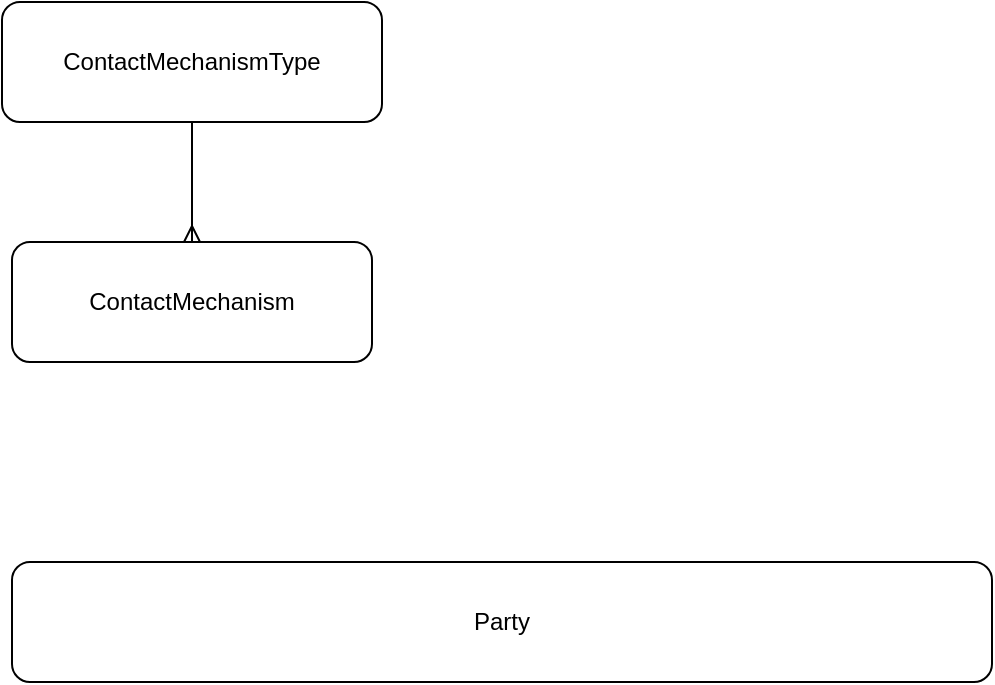
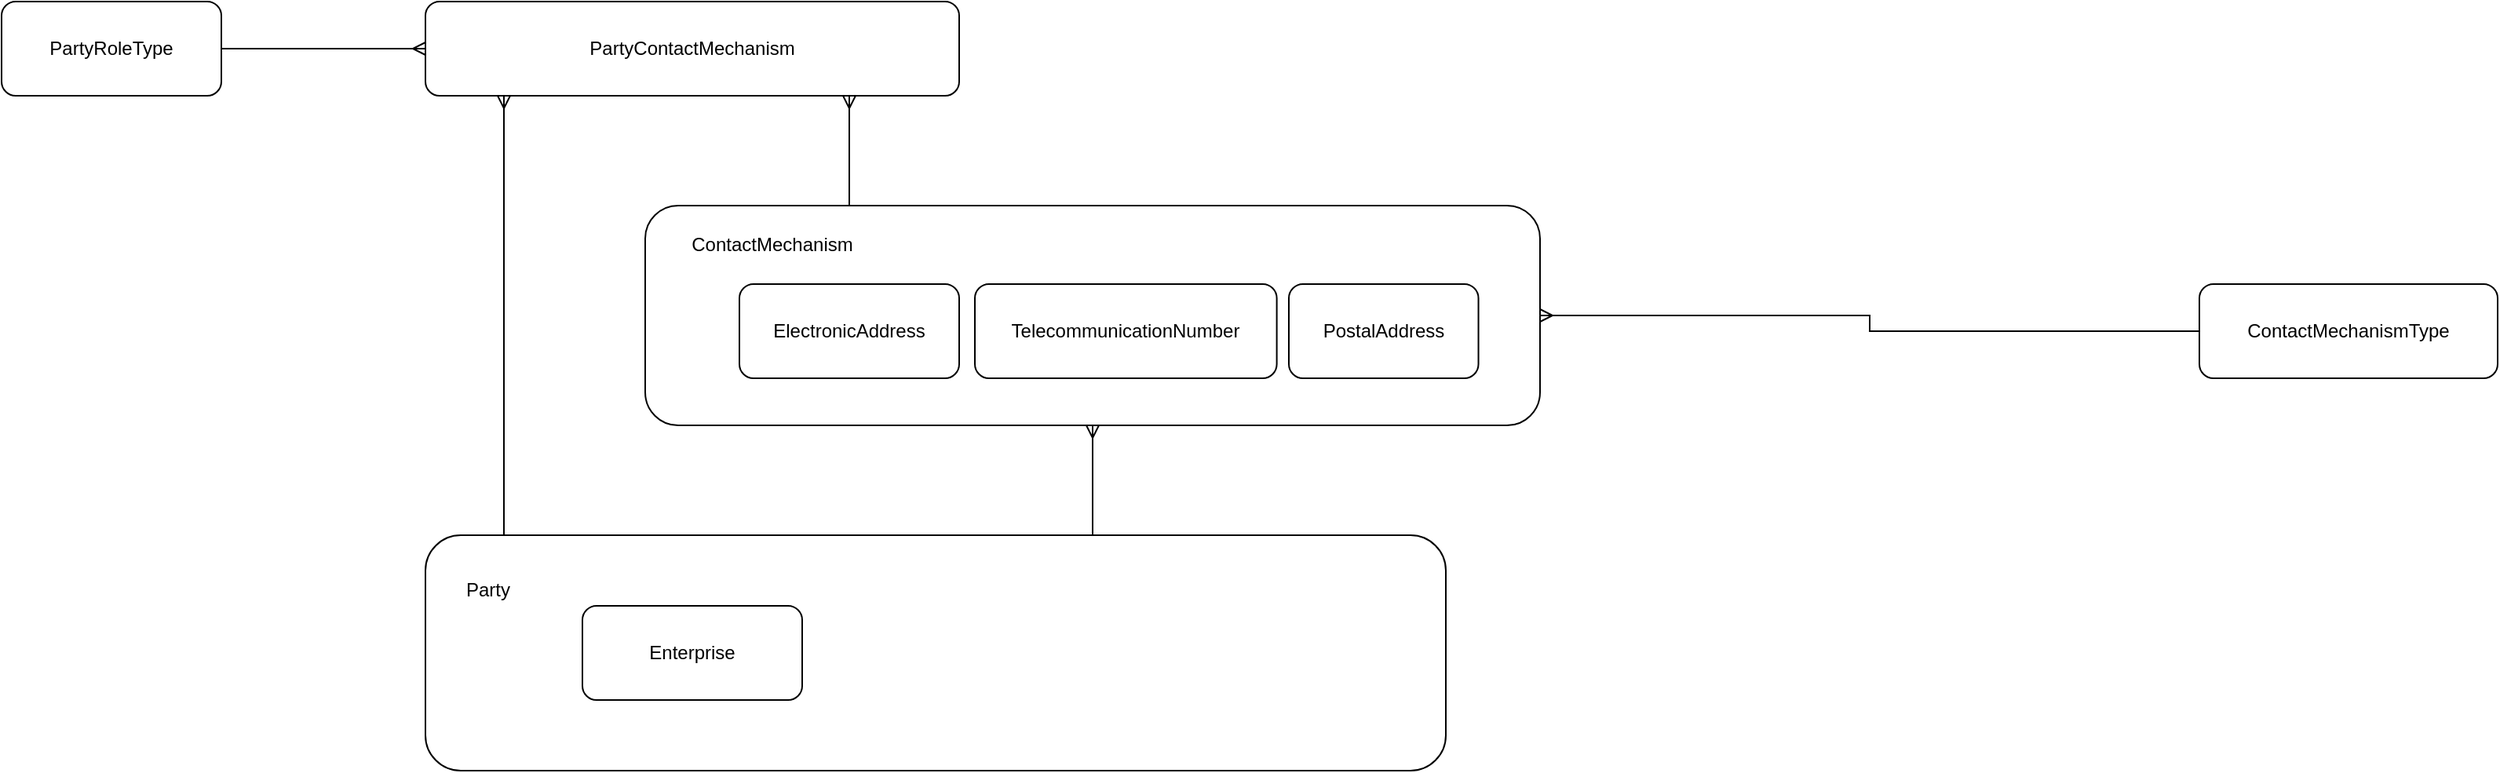
<mxfile host="app.diagrams.net" agent="Mozilla/5.0 (Windows NT 10.0; Win64; x64) AppleWebKit/537.36 (KHTML, like Gecko) Chrome/141.0.0.0 Safari/537.36" version="28.2.9">
  <diagram name="Page-1" id="d0nJ6Fx9cUZLMqGtfM0H">
-     <mxGraphModel dx="1042" dy="1722" grid="1" gridSize="10" guides="1" tooltips="1" connect="1" arrows="1" fold="1" page="1" pageScale="1" pageWidth="850" pageHeight="1100" math="0" shadow="0">
+     <mxGraphModel dx="2339" dy="889" grid="1" gridSize="10" guides="1" tooltips="1" connect="1" arrows="1" fold="1" page="1" pageScale="1" pageWidth="850" pageHeight="1100" math="0" shadow="0">
      <root>
        <mxCell id="0" />
        <mxCell id="1" parent="0" />
-         <mxCell id="tdPrWEJd15tEannaNgth-1" value="Party" style="rounded=1;whiteSpace=wrap;html=1;" vertex="1" parent="1">
-           <mxGeometry x="170" y="270" width="490" height="60" as="geometry" />
+         <mxCell id="tdPrWEJd15tEannaNgth-1" value="" style="rounded=1;whiteSpace=wrap;html=1;" vertex="1" parent="1">
+           <mxGeometry x="-120" y="410" width="650" height="150" as="geometry" />
        </mxCell>
        <mxCell id="tdPrWEJd15tEannaNgth-4" style="edgeStyle=orthogonalEdgeStyle;rounded=0;orthogonalLoop=1;jettySize=auto;html=1;startArrow=ERmany;startFill=0;endArrow=none;endFill=0;" edge="1" parent="1" source="tdPrWEJd15tEannaNgth-2" target="tdPrWEJd15tEannaNgth-3">
          <mxGeometry relative="1" as="geometry" />
        </mxCell>
-         <mxCell id="tdPrWEJd15tEannaNgth-2" value="ContactMechanism" style="rounded=1;whiteSpace=wrap;html=1;" vertex="1" parent="1">
-           <mxGeometry x="170" y="110" width="180" height="60" as="geometry" />
+         <mxCell id="tdPrWEJd15tEannaNgth-3" value="ContactMechanismType" style="rounded=1;whiteSpace=wrap;html=1;" vertex="1" parent="1">
+           <mxGeometry x="1010" y="250" width="190" height="60" as="geometry" />
        </mxCell>
-         <mxCell id="tdPrWEJd15tEannaNgth-3" value="ContactMechanismType" style="rounded=1;whiteSpace=wrap;html=1;" vertex="1" parent="1">
-           <mxGeometry x="165" y="-10" width="190" height="60" as="geometry" />
+         <mxCell id="tdPrWEJd15tEannaNgth-9" value="Party" style="text;html=1;whiteSpace=wrap;strokeColor=none;fillColor=none;align=center;verticalAlign=middle;rounded=0;" vertex="1" parent="1">
+           <mxGeometry x="-110" y="430" width="60" height="30" as="geometry" />
+         </mxCell>
+         <mxCell id="tdPrWEJd15tEannaNgth-13" value="PartyRoleType" style="rounded=1;whiteSpace=wrap;html=1;" vertex="1" parent="1">
+           <mxGeometry x="-390" y="70" width="140" height="60" as="geometry" />
+         </mxCell>
+         <mxCell id="tdPrWEJd15tEannaNgth-14" style="edgeStyle=orthogonalEdgeStyle;rounded=0;orthogonalLoop=1;jettySize=auto;html=1;startArrow=ERmany;startFill=0;endArrow=none;endFill=0;" edge="1" parent="1" source="tdPrWEJd15tEannaNgth-15" target="tdPrWEJd15tEannaNgth-13">
+           <mxGeometry relative="1" as="geometry">
+             <mxPoint x="730" y="420" as="sourcePoint" />
+             <mxPoint x="730" y="340" as="targetPoint" />
+           </mxGeometry>
+         </mxCell>
+         <mxCell id="tdPrWEJd15tEannaNgth-15" value="PartyContactMechanism" style="rounded=1;whiteSpace=wrap;html=1;" vertex="1" parent="1">
+           <mxGeometry x="-120" y="70" width="340" height="60" as="geometry" />
+         </mxCell>
+         <mxCell id="tdPrWEJd15tEannaNgth-17" value="Enterprise" style="rounded=1;whiteSpace=wrap;html=1;" vertex="1" parent="1">
+           <mxGeometry x="-20" y="455" width="140" height="60" as="geometry" />
+         </mxCell>
+         <mxCell id="tdPrWEJd15tEannaNgth-18" style="edgeStyle=orthogonalEdgeStyle;rounded=0;orthogonalLoop=1;jettySize=auto;html=1;startArrow=ERmany;startFill=0;endArrow=none;endFill=0;" edge="1" parent="1" source="tdPrWEJd15tEannaNgth-15" target="tdPrWEJd15tEannaNgth-1">
+           <mxGeometry relative="1" as="geometry">
+             <mxPoint x="140" y="250" as="sourcePoint" />
+             <mxPoint x="-10" y="250" as="targetPoint" />
+             <Array as="points">
+               <mxPoint x="-70" y="300" />
+               <mxPoint x="-70" y="300" />
+             </Array>
+           </mxGeometry>
+         </mxCell>
+         <mxCell id="tdPrWEJd15tEannaNgth-19" value="" style="group" vertex="1" connectable="0" parent="1">
+           <mxGeometry x="20" y="200" width="570" height="140" as="geometry" />
+         </mxCell>
+         <mxCell id="tdPrWEJd15tEannaNgth-2" value="" style="rounded=1;whiteSpace=wrap;html=1;" vertex="1" parent="tdPrWEJd15tEannaNgth-19">
+           <mxGeometry width="570" height="140" as="geometry" />
+         </mxCell>
+         <mxCell id="tdPrWEJd15tEannaNgth-5" value="ElectronicAddress" style="rounded=1;whiteSpace=wrap;html=1;" vertex="1" parent="tdPrWEJd15tEannaNgth-19">
+           <mxGeometry x="60" y="50" width="140" height="60" as="geometry" />
+         </mxCell>
+         <mxCell id="tdPrWEJd15tEannaNgth-6" value="TelecommunicationNumber" style="rounded=1;whiteSpace=wrap;html=1;" vertex="1" parent="tdPrWEJd15tEannaNgth-19">
+           <mxGeometry x="210" y="50" width="192.31" height="60" as="geometry" />
+         </mxCell>
+         <mxCell id="tdPrWEJd15tEannaNgth-7" value="ContactMechanism" style="text;html=1;whiteSpace=wrap;strokeColor=none;fillColor=none;align=center;verticalAlign=middle;rounded=0;" vertex="1" parent="tdPrWEJd15tEannaNgth-19">
+           <mxGeometry x="30.00230769230768" y="10" width="101.53846153846153" height="30" as="geometry" />
+         </mxCell>
+         <mxCell id="tdPrWEJd15tEannaNgth-8" value="PostalAddress" style="rounded=1;whiteSpace=wrap;html=1;" vertex="1" parent="tdPrWEJd15tEannaNgth-19">
+           <mxGeometry x="410" y="50" width="120.77" height="60" as="geometry" />
+         </mxCell>
+         <mxCell id="tdPrWEJd15tEannaNgth-20" style="edgeStyle=orthogonalEdgeStyle;rounded=0;orthogonalLoop=1;jettySize=auto;html=1;startArrow=ERmany;startFill=0;endArrow=none;endFill=0;" edge="1" parent="1" source="tdPrWEJd15tEannaNgth-15" target="tdPrWEJd15tEannaNgth-2">
+           <mxGeometry relative="1" as="geometry">
+             <mxPoint x="370" y="120" as="sourcePoint" />
+             <mxPoint x="370" y="430" as="targetPoint" />
+             <Array as="points">
+               <mxPoint x="150" y="160" />
+               <mxPoint x="150" y="160" />
+             </Array>
+           </mxGeometry>
+         </mxCell>
+         <mxCell id="tdPrWEJd15tEannaNgth-21" style="edgeStyle=orthogonalEdgeStyle;rounded=0;orthogonalLoop=1;jettySize=auto;html=1;startArrow=ERmany;startFill=0;endArrow=none;endFill=0;" edge="1" parent="1" source="tdPrWEJd15tEannaNgth-2" target="tdPrWEJd15tEannaNgth-1">
+           <mxGeometry relative="1" as="geometry">
+             <mxPoint x="240" y="400" as="sourcePoint" />
+             <mxPoint x="240" y="470" as="targetPoint" />
+             <Array as="points">
+               <mxPoint x="305" y="420" />
+               <mxPoint x="305" y="420" />
+             </Array>
+           </mxGeometry>
        </mxCell>
      </root>
    </mxGraphModel>
  </diagram>
</mxfile>
